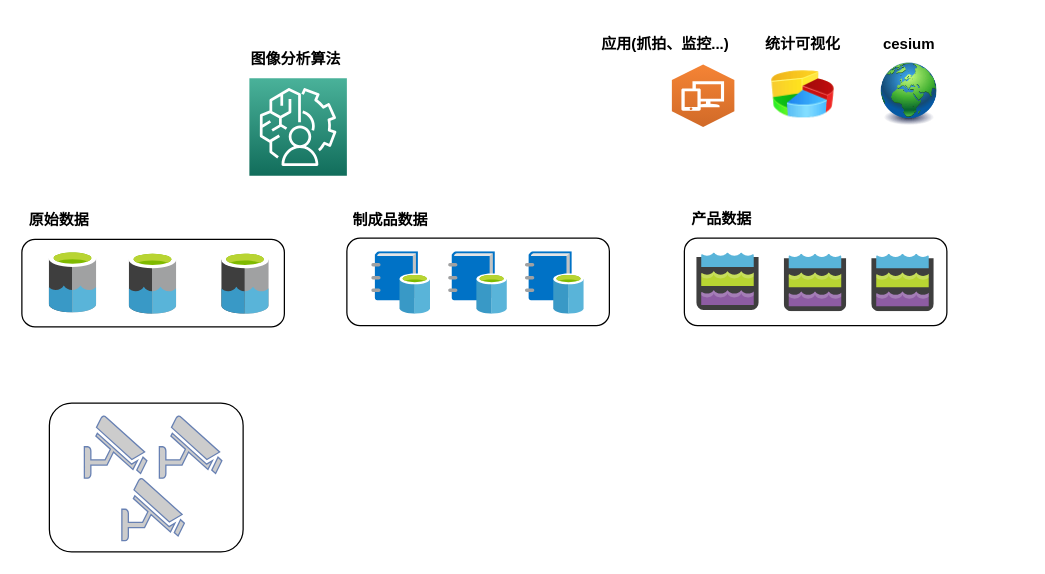
liz2m/draw.images keeps this draw.io diagram as 算法对接.drawio. Above is the earlier version. Source tidied: cells renumbered, new cells numbered last; positions are measured from the earlier drawing's top-left corner, leaving out a move shared by most shapes. Both pictures are drawn from the tidied source at 125%, with x=0, y=0 at pixel (21, 25).
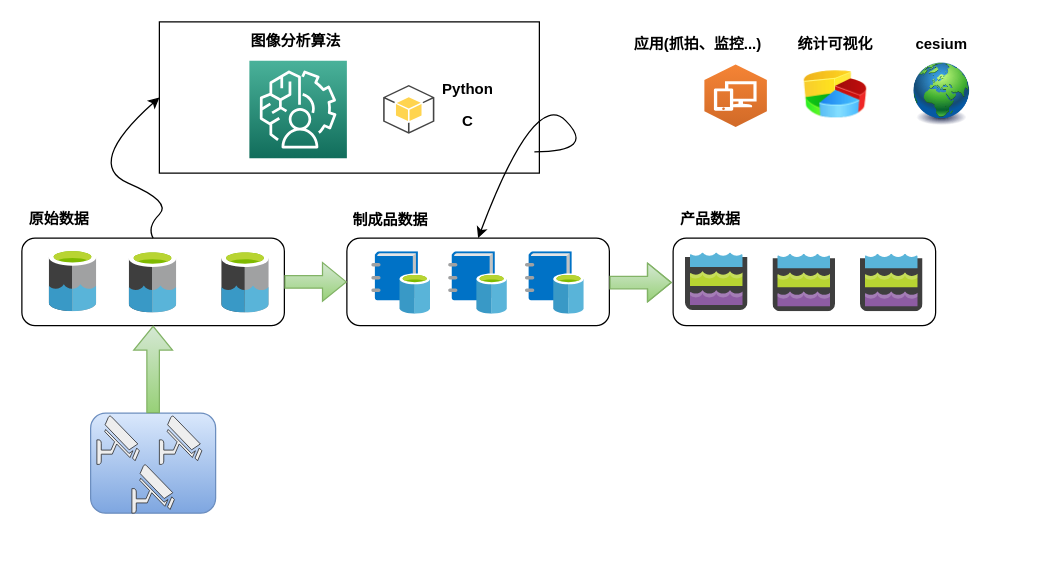
Above is the later version.

Unchanged cells that the change refers to:
```xml
<mxCell id="4" style="rounded=1;whiteSpace=wrap;html=1;" parent="1" vertex="1">
  <mxGeometry x="260" y="170" width="210" height="70" as="geometry" />
</mxCell>
```

The edit, as a diff of the source:
```diff
@@
+    <mxCell id="29" style="rounded=0;whiteSpace=wrap;html=1;" parent="1" vertex="1">
+      <mxGeometry x="110" y="-3" width="304" height="121" as="geometry" />
+    </mxCell>
-    <mxCell id="2" style="rounded=1;whiteSpace=wrap;html=1;" parent="1" vertex="1">
-      <mxGeometry x="22" y="302" width="155" height="119" as="geometry" />
+    <mxCell id="2" style="rounded=1;whiteSpace=wrap;html=1;fillColor=#dae8fc;gradientColor=#7ea6e0;strokeColor=#6c8ebf;" parent="1" vertex="1">
+      <mxGeometry x="55" y="310" width="100" height="80" as="geometry" />
     </mxCell>
     <mxCell id="3" style="rounded=1;whiteSpace=wrap;html=1;" parent="1" vertex="1">
-      <mxGeometry y="171" width="210" height="70" as="geometry" />
+      <mxGeometry y="170" width="210" height="70" as="geometry" />
     </mxCell>
@@
-    <mxCell id="5" style="fontColor=#0066CC;verticalAlign=top;verticalLabelPosition=bottom;labelPosition=center;align=center;html=1;fillColor=#CCCCCC;strokeColor=#6881B3;gradientColor=none;gradientDirection=north;strokeWidth=2;shape=mxgraph.networks.security_camera;" parent="1" vertex="1">
-      <mxGeometry x="50" y="312" width="50" height="50" as="geometry" />
+    <mxCell id="5" style="verticalAlign=top;verticalLabelPosition=bottom;labelPosition=center;align=center;html=1;gradientDirection=north;strokeWidth=2;shape=mxgraph.networks.security_camera;fillColor=#eeeeee;strokeColor=#36393d;" parent="1" vertex="1">
+      <mxGeometry x="60" y="312" width="34" height="39" as="geometry" />
     </mxCell>
-    <mxCell id="6" style="fontColor=#0066CC;verticalAlign=top;verticalLabelPosition=bottom;labelPosition=center;align=center;html=1;fillColor=#CCCCCC;strokeColor=#6881B3;gradientColor=none;gradientDirection=north;strokeWidth=2;shape=mxgraph.networks.security_camera;" parent="1" vertex="1">
-      <mxGeometry x="110" y="312" width="50" height="50" as="geometry" />
-    </mxCell>
-    <mxCell id="7" style="fontColor=#0066CC;verticalAlign=top;verticalLabelPosition=bottom;labelPosition=center;align=center;html=1;fillColor=#CCCCCC;strokeColor=#6881B3;gradientColor=none;gradientDirection=north;strokeWidth=2;shape=mxgraph.networks.security_camera;" parent="1" vertex="1">
-      <mxGeometry x="80" y="362" width="50" height="50" as="geometry" />
-    </mxCell>
     <mxCell id="8" value="原始数据" style="text;html=1;strokeColor=none;fillColor=none;align=center;verticalAlign=middle;whiteSpace=wrap;rounded=0;fontStyle=1;" parent="1" vertex="1">
-      <mxGeometry y="141" width="60" height="30" as="geometry" />
+      <mxGeometry y="140" width="60" height="30" as="geometry" />
     </mxCell>
@@
     <mxCell id="10" style="rounded=1;whiteSpace=wrap;html=1;" parent="1" vertex="1">
-      <mxGeometry x="530" y="170" width="210" height="70" as="geometry" />
+      <mxGeometry x="521" y="170" width="210" height="70" as="geometry" />
     </mxCell>
     <mxCell id="11" value="产品数据" style="text;html=1;strokeColor=none;fillColor=none;align=center;verticalAlign=middle;whiteSpace=wrap;rounded=0;fontStyle=1;" parent="1" vertex="1">
-      <mxGeometry x="530" y="140" width="60" height="30" as="geometry" />
+      <mxGeometry x="521" y="140" width="60" height="30" as="geometry" />
     </mxCell>
     <mxCell id="12" style="image;html=1;image=img/lib/clip_art/finance/Pie_Chart_128x128.png;" parent="1" vertex="1">
-      <mxGeometry x="600" y="30" width="50" height="50" as="geometry" />
+      <mxGeometry x="626" y="30" width="50" height="50" as="geometry" />
     </mxCell>
     <mxCell id="13" style="dashed=0;verticalLabelPosition=bottom;verticalAlign=top;align=center;html=1;shape=mxgraph.aws3.workspaces;fillColor=#D16A28;gradientColor=#F58435;gradientDirection=north;" parent="1" vertex="1">
-      <mxGeometry x="520" y="31" width="50" height="50" as="geometry" />
+      <mxGeometry x="546" y="31" width="50" height="50" as="geometry" />
     </mxCell>
     <mxCell id="14" value="应用(抓拍、监控...)" style="text;html=1;strokeColor=none;fillColor=none;align=center;verticalAlign=middle;whiteSpace=wrap;rounded=0;fontStyle=1;" parent="1" vertex="1">
-      <mxGeometry x="450" width="130" height="30" as="geometry" />
+      <mxGeometry x="476" width="130" height="30" as="geometry" />
     </mxCell>
     <mxCell id="15" value="统计可视化" style="text;html=1;strokeColor=none;fillColor=none;align=center;verticalAlign=middle;whiteSpace=wrap;rounded=0;fontStyle=1;" parent="1" vertex="1">
-      <mxGeometry x="560" width="130" height="30" as="geometry" />
+      <mxGeometry x="586" width="130" height="30" as="geometry" />
     </mxCell>
     <mxCell id="16" style="image;html=1;image=img/lib/clip_art/general/Earth_globe_128x128.png;" parent="1" vertex="1">
-      <mxGeometry x="685" y="30" width="50" height="50" as="geometry" />
+      <mxGeometry x="711" y="30" width="50" height="50" as="geometry" />
     </mxCell>
     <mxCell id="17" value="cesium" style="text;html=1;strokeColor=none;fillColor=none;align=center;verticalAlign=middle;whiteSpace=wrap;rounded=0;fontStyle=1;" parent="1" vertex="1">
-      <mxGeometry x="645" width="130" height="30" as="geometry" />
+      <mxGeometry x="671" width="130" height="30" as="geometry" />
     </mxCell>
     <mxCell id="18" style="sketch=0;html=1;align=center;image;fontSize=12;image=img/lib/mscae/Data_Lake.svg;" parent="1" vertex="1">
-      <mxGeometry x="22" y="180" width="38" height="50" as="geometry" />
+      <mxGeometry x="22" y="179" width="38" height="50" as="geometry" />
     </mxCell>
     <mxCell id="19" style="sketch=0;html=1;align=center;image;fontSize=12;image=img/lib/mscae/Data_Lake.svg;" parent="1" vertex="1">
-      <mxGeometry x="86" y="181" width="38" height="50" as="geometry" />
+      <mxGeometry x="86" y="180" width="38" height="50" as="geometry" />
     </mxCell>
     <mxCell id="20" style="sketch=0;html=1;align=center;image;fontSize=12;image=img/lib/mscae/Data_Lake.svg;" parent="1" vertex="1">
-      <mxGeometry x="160" y="181" width="38" height="50" as="geometry" />
+      <mxGeometry x="160" y="180" width="38" height="50" as="geometry" />
     </mxCell>
@@
     <mxCell id="24" style="sketch=0;html=1;align=center;image;fontSize=12;image=img/lib/mscae/Data_Lake_Storage.svg;" parent="1" vertex="1">
-      <mxGeometry x="540" y="182" width="50" height="46" as="geometry" />
+      <mxGeometry x="531" y="182" width="50" height="46" as="geometry" />
     </mxCell>
     <mxCell id="25" style="sketch=0;html=1;align=center;image;fontSize=12;image=img/lib/mscae/Data_Lake_Storage.svg;" parent="1" vertex="1">
-      <mxGeometry x="610" y="183" width="50" height="46" as="geometry" />
+      <mxGeometry x="601" y="183" width="50" height="46" as="geometry" />
     </mxCell>
     <mxCell id="26" style="sketch=0;html=1;align=center;image;fontSize=12;image=img/lib/mscae/Data_Lake_Storage.svg;" parent="1" vertex="1">
-      <mxGeometry x="680" y="183" width="50" height="46" as="geometry" />
+      <mxGeometry x="671" y="183" width="50" height="46" as="geometry" />
     </mxCell>
     <mxCell id="27" value="图像分析算法" style="text;html=1;strokeColor=none;fillColor=none;align=center;verticalAlign=middle;whiteSpace=wrap;rounded=0;fontStyle=1;" parent="1" vertex="1">
-      <mxGeometry x="179" y="11" width="81" height="31" as="geometry" />
+      <mxGeometry x="179" y="-3" width="81" height="31" as="geometry" />
     </mxCell>
     <mxCell id="28" style="sketch=0;fontColor=#232F3E;gradientColor=#4AB29A;gradientDirection=north;fillColor=#116D5B;strokeColor=#ffffff;dashed=0;verticalLabelPosition=bottom;verticalAlign=top;align=center;html=1;fontSize=12;fontStyle=0;shape=mxgraph.aws4.resourceIcon;resIcon=mxgraph.aws4.augmented_ai;" parent="1" vertex="1">
-      <mxGeometry x="182" y="42" width="78" height="78" as="geometry" />
+      <mxGeometry x="182" y="28" width="78" height="78" as="geometry" />
     </mxCell>
+    <mxCell id="30" style="dashed=0;verticalLabelPosition=bottom;verticalAlign=top;align=center;html=1;shape=mxgraph.aws3.android;fillColor=#FFD44F;gradientColor=none;" parent="1" vertex="1">
+      <mxGeometry x="289" y="47.5" width="41" height="39" as="geometry" />
+    </mxCell>
+    <mxCell id="31" value="Python" style="text;html=1;strokeColor=none;fillColor=none;align=center;verticalAlign=middle;whiteSpace=wrap;rounded=0;fontStyle=1;" parent="1" vertex="1">
+      <mxGeometry x="327" y="36" width="60" height="30" as="geometry" />
+    </mxCell>
+    <mxCell id="32" value="C" style="text;html=1;strokeColor=none;fillColor=none;align=center;verticalAlign=middle;whiteSpace=wrap;rounded=0;fontStyle=1;" parent="1" vertex="1">
+      <mxGeometry x="327" y="67" width="60" height="19" as="geometry" />
+    </mxCell>
+    <mxCell id="33" style="curved=1;endArrow=classic;html=1;rounded=0;exitX=0.5;exitY=0;exitDx=0;exitDy=0;entryX=0;entryY=0.5;entryDx=0;entryDy=0;" parent="1" edge="1" source="3" target="29">
+      <mxGeometry relative="1" as="geometry">
+        <Array as="points">
+          <mxPoint x="100" y="161" />
+          <mxPoint x="120" y="141" />
+          <mxPoint x="50" y="111" />
+        </Array>
+      </mxGeometry>
+    </mxCell>
+    <mxCell id="34" style="shape=flexArrow;endArrow=classic;html=1;rounded=0;exitX=0.5;exitY=0;exitDx=0;exitDy=0;entryX=0.5;entryY=1;entryDx=0;entryDy=0;fillColor=#d5e8d4;strokeColor=#82b366;gradientColor=#97d077;" parent="1" edge="1" source="2" target="3">
+      <mxGeometry relative="1" as="geometry" />
+    </mxCell>
+    <mxCell id="35" style="shape=flexArrow;endArrow=classic;html=1;rounded=0;exitX=1;exitY=0.5;exitDx=0;exitDy=0;entryX=0;entryY=0.5;entryDx=0;entryDy=0;fillColor=#d5e8d4;gradientColor=#97d077;strokeColor=#82b366;" parent="1" edge="1" source="3" target="4">
+      <mxGeometry relative="1" as="geometry" />
+    </mxCell>
+    <mxCell id="36" style="curved=1;endArrow=classic;html=1;rounded=0;entryX=0.5;entryY=0;entryDx=0;entryDy=0;" parent="1" edge="1" target="4">
+      <mxGeometry relative="1" as="geometry">
+        <mxPoint x="410" y="101" as="sourcePoint" />
+        <Array as="points">
+          <mxPoint x="460" y="101" />
+          <mxPoint x="410" y="51" />
+        </Array>
+      </mxGeometry>
+    </mxCell>
+    <mxCell id="37" style="shape=flexArrow;endArrow=classic;html=1;rounded=0;exitX=1;exitY=0.5;exitDx=0;exitDy=0;entryX=0;entryY=0.5;entryDx=0;entryDy=0;fillColor=#d5e8d4;gradientColor=#97d077;strokeColor=#82b366;" parent="1" edge="1">
+      <mxGeometry relative="1" as="geometry">
+        <mxPoint x="470" y="205.5" as="sourcePoint" />
+        <mxPoint x="520" y="205.5" as="targetPoint" />
+        <Array as="points">
+          <mxPoint x="740" y="205.5" />
+        </Array>
+      </mxGeometry>
+    </mxCell>
+    <mxCell id="38" style="verticalAlign=top;verticalLabelPosition=bottom;labelPosition=center;align=center;html=1;gradientDirection=north;strokeWidth=2;shape=mxgraph.networks.security_camera;fillColor=#eeeeee;strokeColor=#36393d;" parent="1" vertex="1">
+      <mxGeometry x="110" y="312" width="34" height="39" as="geometry" />
+    </mxCell>
+    <mxCell id="39" style="verticalAlign=top;verticalLabelPosition=bottom;labelPosition=center;align=center;html=1;gradientDirection=north;strokeWidth=2;shape=mxgraph.networks.security_camera;fillColor=#eeeeee;strokeColor=#36393d;" parent="1" vertex="1">
+      <mxGeometry x="88" y="351" width="34" height="39" as="geometry" />
+    </mxCell>
```
